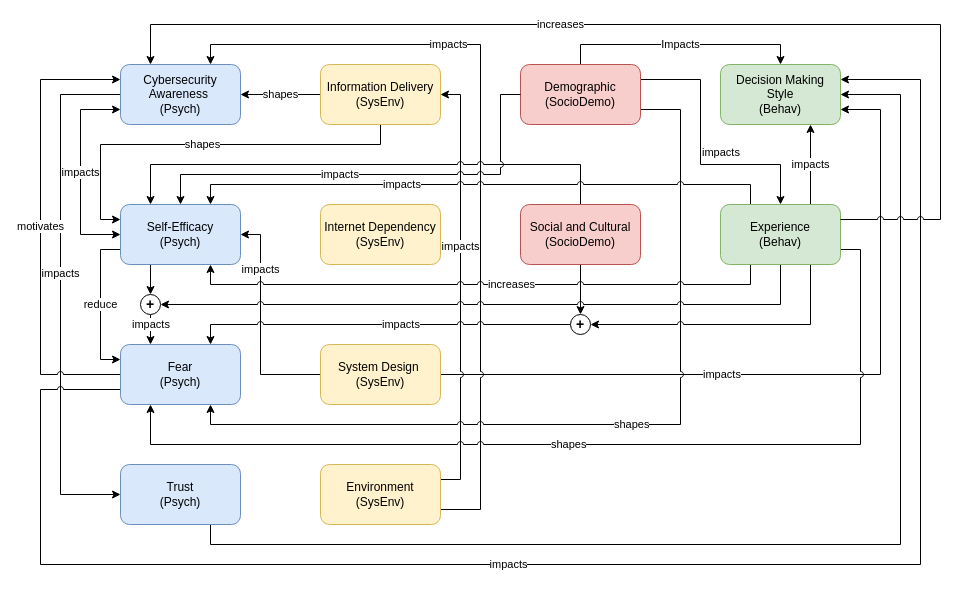
This is page "Page-1" (1 of 3) of Diagrams/Codebook.drawio from HooradAboo/I-CLAIM, a draw.io file, before an edit. Source tidied: cells renumbered, new cells numbered last; positions are measured from the earlier drawing's top-left corner, leaving out a move shared by most shapes. Both pictures are drawn from the tidied source at 100%, with x=0, y=0 at pixel (40, 24).
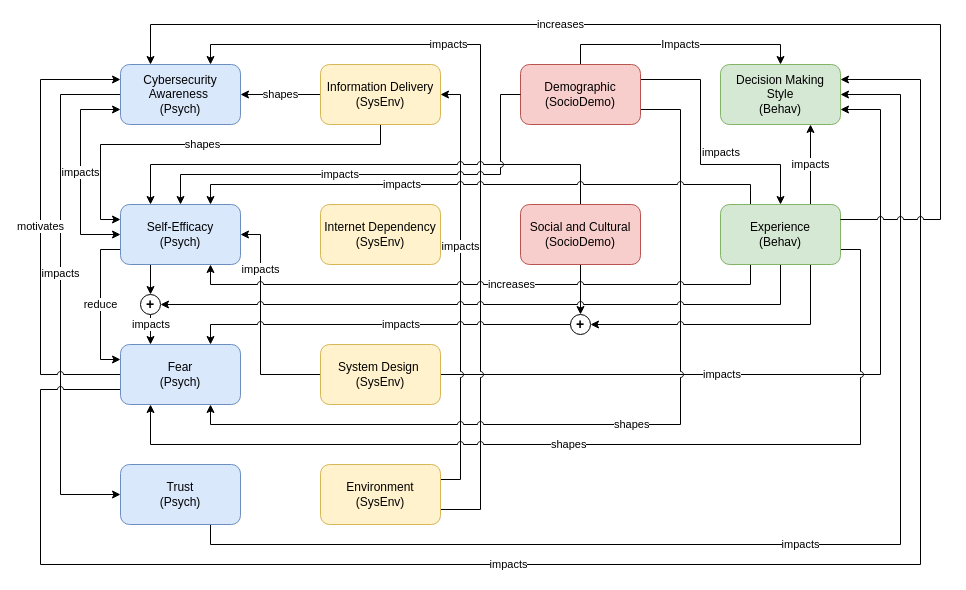
After the change.

The change refers to these unchanged cells:
```xml
<mxCell id="12" value="Trust&lt;br&gt;(Psych)" style="rounded=1;whiteSpace=wrap;html=1;fillColor=#dae8fc;strokeColor=#6c8ebf;" parent="1" vertex="1">
  <mxGeometry x="80" y="440" width="120" height="60" as="geometry" />
</mxCell>
<mxCell id="30" value="Decision Making Style&lt;br&gt;(Behav)" style="rounded=1;whiteSpace=wrap;html=1;fillColor=#d5e8d4;strokeColor=#82b366;" parent="1" vertex="1">
  <mxGeometry x="680" y="40" width="120" height="60" as="geometry" />
</mxCell>
```

What changed in the source:
```diff
@@
-    <mxCell id="11" style="edgeStyle=orthogonalEdgeStyle;rounded=0;jettySize=auto;html=1;exitX=0.75;exitY=1;exitDx=0;exitDy=0;entryX=1;entryY=0.5;entryDx=0;entryDy=0;jumpStyle=arc;" parent="1" edge="1" source="12" target="30">
+    <mxCell id="11" value="impacts" style="edgeStyle=orthogonalEdgeStyle;rounded=0;jettySize=auto;html=1;exitX=0.75;exitY=1;exitDx=0;exitDy=0;entryX=1;entryY=0.5;entryDx=0;entryDy=0;jumpStyle=arc;" parent="1" edge="1" source="12" target="30">
       <mxGeometry relative="1" as="geometry">
         <Array as="points">
           <mxPoint x="170" y="520" />
           <mxPoint x="860" y="520" />
           <mxPoint x="860" y="70" />
         </Array>
       </mxGeometry>
     </mxCell>
```
